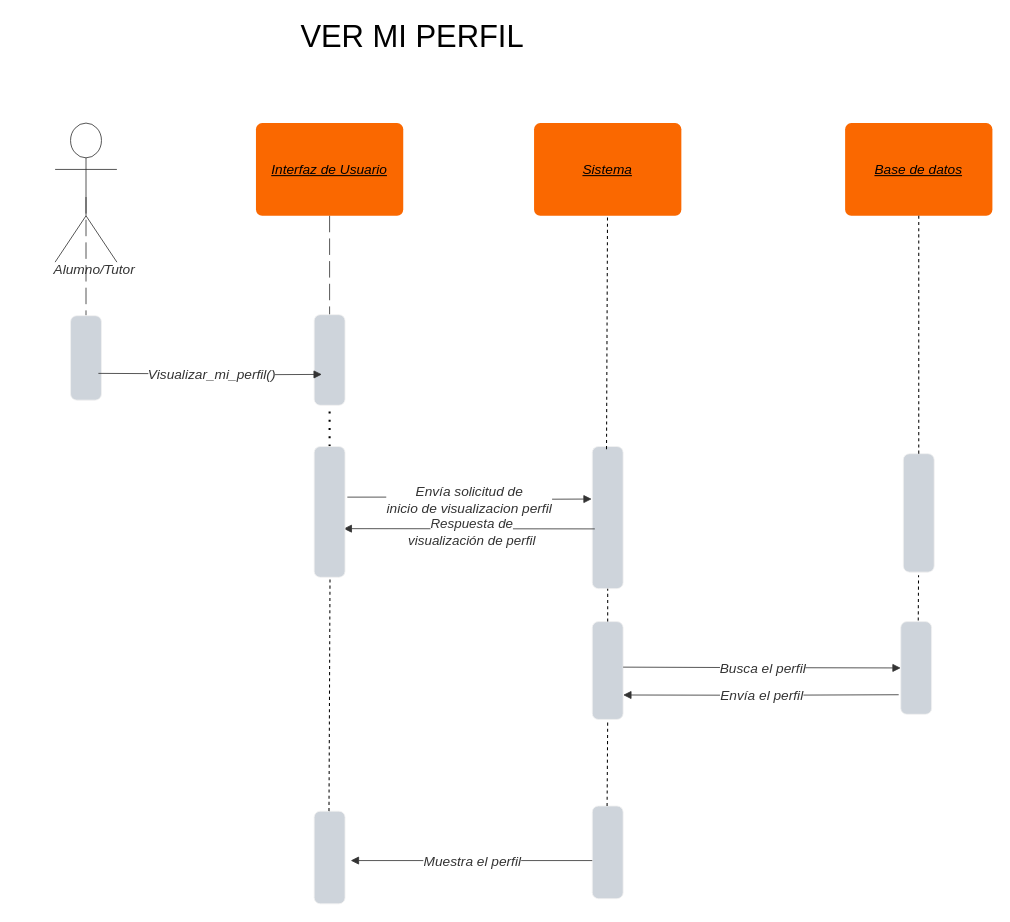
TP-SE1/TP_SOS-UC keeps this draw.io diagram as page "ver_mi_perfil" (10 of 12) of diagrama_secuencia.drawio. Above is the earlier version. Source tidied: cells renumbered, new cells numbered last; positions are measured from the earlier drawing's top-left corner, leaving out a move shared by most shapes. Both pictures are drawn from the tidied source at 103%, with x=0, y=0 at pixel (55, 21).
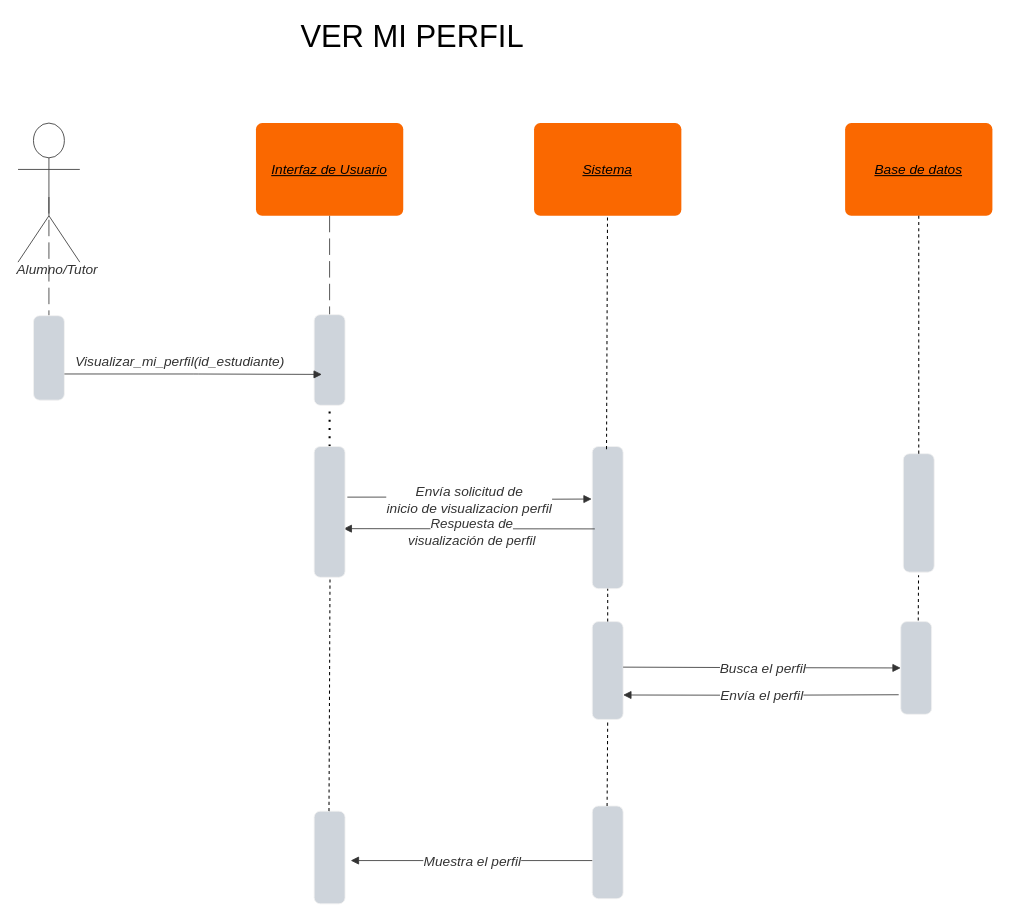
The same page after the edit.

Diff of the diagram source:
```diff
@@
     <mxCell id="5" value="Alumno/Tutor" style="html=1;overflow=block;blockSpacing=1;shape=umlActor;labelPosition=center;verticalLabelPosition=bottom;verticalAlign=top;whiteSpace=nowrap;fontSize=13.3;fontColor=#333333;fontStyle=2;align=center;spacing=0;strokeColor=#333333;strokeOpacity=100;fillOpacity=100;rounded=1;absoluteArcSize=1;arcSize=12;fillColor=#ffffff;strokeWidth=0.8;lucidId=Yu5MdgyV5tNR;" parent="1" vertex="1">
-      <mxGeometry y="99" width="60" height="135" as="geometry" />
+      <mxGeometry x="-36" y="99" width="60" height="135" as="geometry" />
     </mxCell>
@@
     <mxCell id="11" style="html=1;overflow=block;blockSpacing=1;whiteSpace=wrap;fontSize=13;spacing=0;strokeColor=#f2f2f2;strokeOpacity=100;fillOpacity=100;rounded=1;absoluteArcSize=1;arcSize=12;fillColor=#ced4db;strokeWidth=0.8;lucidId=Yu5MhR-oMSno;" parent="1" vertex="1">
-      <mxGeometry x="15" y="286" width="30" height="82" as="geometry" />
+      <mxGeometry x="-21" y="286" width="30" height="82" as="geometry" />
     </mxCell>
@@
-    <mxCell id="13" style="html=1;jettySize=18;whiteSpace=wrap;fontSize=13;strokeColor=#333333;strokeOpacity=100;strokeWidth=0.8;rounded=1;arcSize=10;edgeStyle=orthogonalEdgeStyle;startArrow=none;endArrow=block;endFill=1;lucidId=Yu5M0A2JVvTe;" parent="1" edge="1">
+    <mxCell id="13" style="html=1;jettySize=18;whiteSpace=wrap;fontSize=13;strokeColor=#333333;strokeOpacity=100;strokeWidth=0.8;rounded=1;arcSize=10;edgeStyle=orthogonalEdgeStyle;startArrow=none;endArrow=block;endFill=1;lucidId=Yu5M0A2JVvTe;exitX=1.002;exitY=0.69;exitDx=0;exitDy=0;exitPerimeter=0;" parent="1" edge="1" source="11">
       <mxGeometry relative="1" as="geometry">
-        <mxPoint x="42" y="342" as="sourcePoint" />
         <mxPoint x="259" y="343" as="targetPoint" />
       </mxGeometry>
     </mxCell>
-    <mxCell id="14" value="Visualizar_mi_perfil()" style="text;html=1;labelBackgroundColor=default;align=center;verticalAlign=middle;fontStyle=2;fontColor=#333333;fontSize=13.3;" parent="13" vertex="1">
-      <mxGeometry relative="1" as="geometry" />
+    <mxCell id="14" value="Visualizar_mi_perfil(id_estudiante)" style="text;html=1;labelBackgroundColor=default;align=center;verticalAlign=middle;fontStyle=2;fontColor=#333333;fontSize=13.3;" parent="13" vertex="1">
+      <mxGeometry relative="1" as="geometry">
+        <mxPoint x="-14" y="-13" as="offset" />
+      </mxGeometry>
     </mxCell>
```
